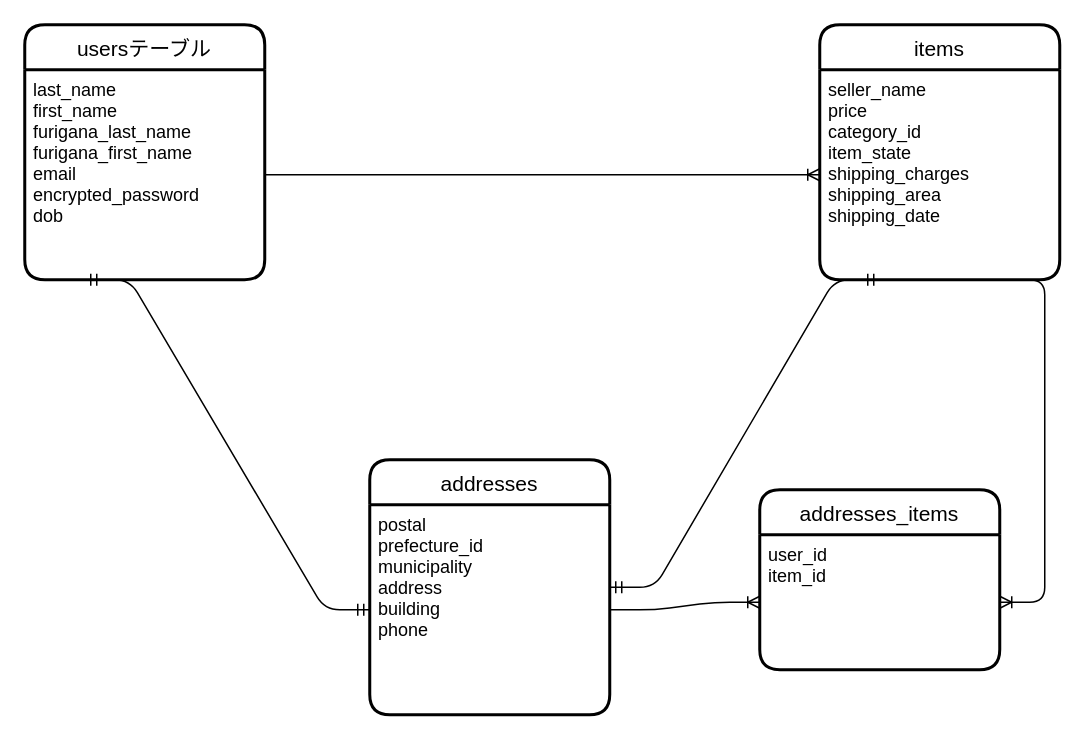
This is ER.drawio from satorimod/furima-32461, a draw.io file, before an edit. Source tidied: cells renumbered, new cells numbered last; positions are measured from the earlier drawing's top-left corner, leaving out a move shared by most shapes. Both pictures are drawn from the tidied source at 150%, with x=0, y=0 at pixel (24, 24).
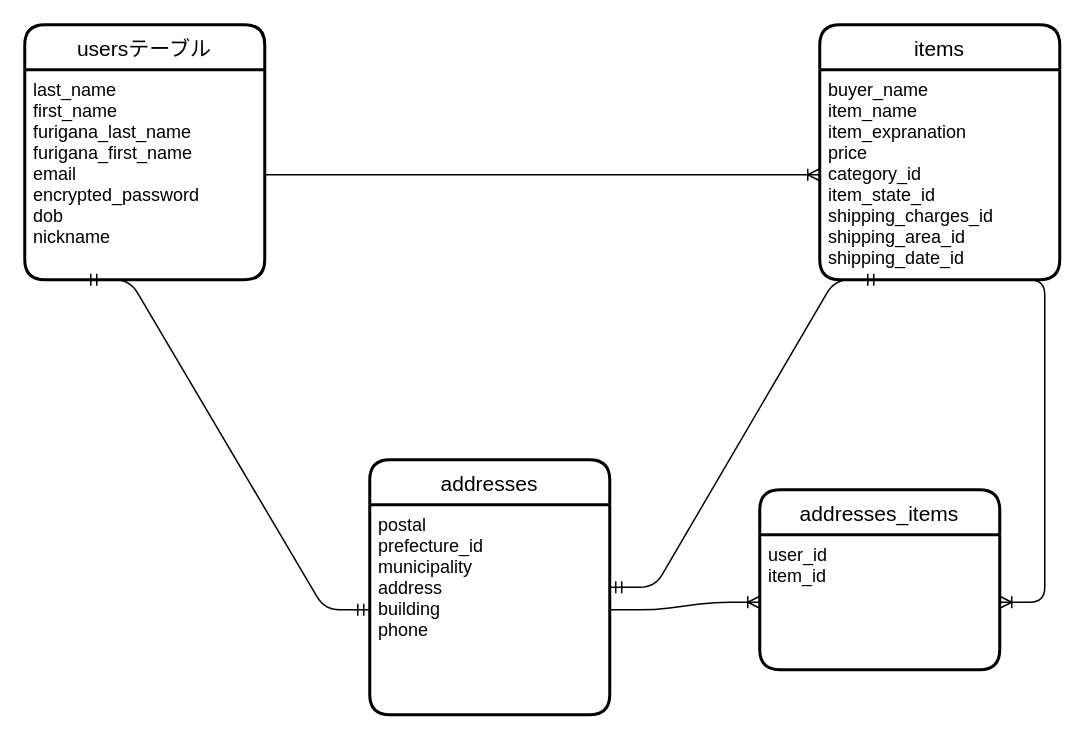
The same diagram, later.

Commit message (it also covers changes not shown here):
データベース設計の修正（4回目）

https://gyazo.com/96aba1fddaf09dc9f7445c215534f885

The edit, as a diff of the source:
```diff
@@
 <mxGraphModel>
   <root>
     <mxCell id="0" />
     <mxCell id="1" parent="0" />
     <mxCell id="2" value="usersテーブル" style="swimlane;horizontal=1;startSize=30;rounded=1;fontSize=14;fontStyle=0;strokeWidth=2;shadow=0;dashed=0;align=center;" parent="1" vertex="1">
       <mxGeometry width="160" height="170" as="geometry" />
     </mxCell>
-    <mxCell id="3" value="last_name&#10;first_name&#10;furigana_last_name&#10;furigana_first_name&#10;email　&#10;encrypted_password&#10;dob" style="align=left;strokeColor=none;fillColor=none;spacingLeft=4;fontSize=12;verticalAlign=top;" parent="2" vertex="1">
+    <mxCell id="3" value="last_name&#10;first_name&#10;furigana_last_name&#10;furigana_first_name&#10;email　&#10;encrypted_password&#10;dob&#10;nickname" style="align=left;strokeColor=none;fillColor=none;spacingLeft=4;fontSize=12;verticalAlign=top;" parent="2" vertex="1">
       <mxGeometry y="30" width="160" height="140" as="geometry" />
     </mxCell>
     <mxCell id="4" value="items" style="swimlane;horizontal=1;startSize=30;rounded=1;fontSize=14;fontStyle=0;strokeWidth=2;shadow=0;dashed=0;align=center;" parent="1" vertex="1">
       <mxGeometry x="530" width="160" height="170" as="geometry" />
     </mxCell>
-    <mxCell id="5" value="seller_name&#10;price&#10;category_id&#10;item_state&#10;shipping_charges&#10;shipping_area&#10;shipping_date" style="align=left;strokeColor=none;fillColor=none;spacingLeft=4;fontSize=12;verticalAlign=top;" parent="4" vertex="1">
+    <mxCell id="5" value="buyer_name&#10;item_name&#10;item_expranation&#10;price&#10;category_id&#10;item_state_id&#10;shipping_charges_id&#10;shipping_area_id&#10;shipping_date_id" style="align=left;strokeColor=none;fillColor=none;spacingLeft=4;fontSize=12;verticalAlign=top;" parent="4" vertex="1">
       <mxGeometry y="30" width="160" height="140" as="geometry" />
     </mxCell>
     <mxCell id="6" value="addresses" style="swimlane;horizontal=1;startSize=30;rounded=1;fontSize=14;fontStyle=0;strokeWidth=2;shadow=0;dashed=0;align=center;" parent="1" vertex="1">
       <mxGeometry x="230" y="290" width="160" height="170" as="geometry" />
     </mxCell>
     <mxCell id="7" value="postal&#10;prefecture_id&#10;municipality&#10;address&#10;building&#10;phone" style="align=left;strokeColor=none;fillColor=none;spacingLeft=4;fontSize=12;verticalAlign=top;" parent="6" vertex="1">
       <mxGeometry y="30" width="160" height="140" as="geometry" />
     </mxCell>
     <mxCell id="8" style="edgeStyle=entityRelationEdgeStyle;fontSize=12;html=1;endArrow=ERoneToMany;entryX=0;entryY=0.5;entryDx=0;entryDy=0;" parent="1" edge="1" source="3" target="5">
       <mxGeometry relative="1" as="geometry" />
     </mxCell>
     <mxCell id="9" style="edgeStyle=entityRelationEdgeStyle;fontSize=12;html=1;endArrow=ERmandOne;startArrow=ERmandOne;exitX=0.25;exitY=1;exitDx=0;exitDy=0;entryX=0;entryY=0.5;entryDx=0;entryDy=0;" parent="1" edge="1" source="3" target="7">
       <mxGeometry relative="1" as="geometry" />
     </mxCell>
     <mxCell id="10" value="addresses_items" style="swimlane;horizontal=1;startSize=30;rounded=1;fontSize=14;fontStyle=0;strokeWidth=2;shadow=0;dashed=0;align=center;" parent="1" vertex="1">
       <mxGeometry x="490" y="310" width="160" height="120" as="geometry" />
     </mxCell>
     <mxCell id="11" value="user_id&#10;item_id&#10;" style="align=left;strokeColor=none;fillColor=none;spacingLeft=4;fontSize=12;verticalAlign=top;" parent="10" vertex="1">
       <mxGeometry y="30" width="160" height="90" as="geometry" />
     </mxCell>
     <mxCell id="12" style="edgeStyle=entityRelationEdgeStyle;fontSize=12;html=1;endArrow=ERoneToMany;exitX=1;exitY=0.5;exitDx=0;exitDy=0;" parent="1" edge="1" source="7" target="11">
       <mxGeometry relative="1" as="geometry" />
     </mxCell>
     <mxCell id="13" style="edgeStyle=entityRelationEdgeStyle;fontSize=12;html=1;endArrow=ERoneToMany;exitX=0.75;exitY=1;exitDx=0;exitDy=0;" parent="1" edge="1" source="5" target="11">
       <mxGeometry relative="1" as="geometry" />
     </mxCell>
     <mxCell id="14" style="edgeStyle=entityRelationEdgeStyle;fontSize=12;html=1;endArrow=ERmandOne;startArrow=ERmandOne;entryX=0.25;entryY=1;entryDx=0;entryDy=0;" parent="1" edge="1" source="6" target="5">
       <mxGeometry relative="1" as="geometry" />
     </mxCell>
   </root>
 </mxGraphModel>
```
